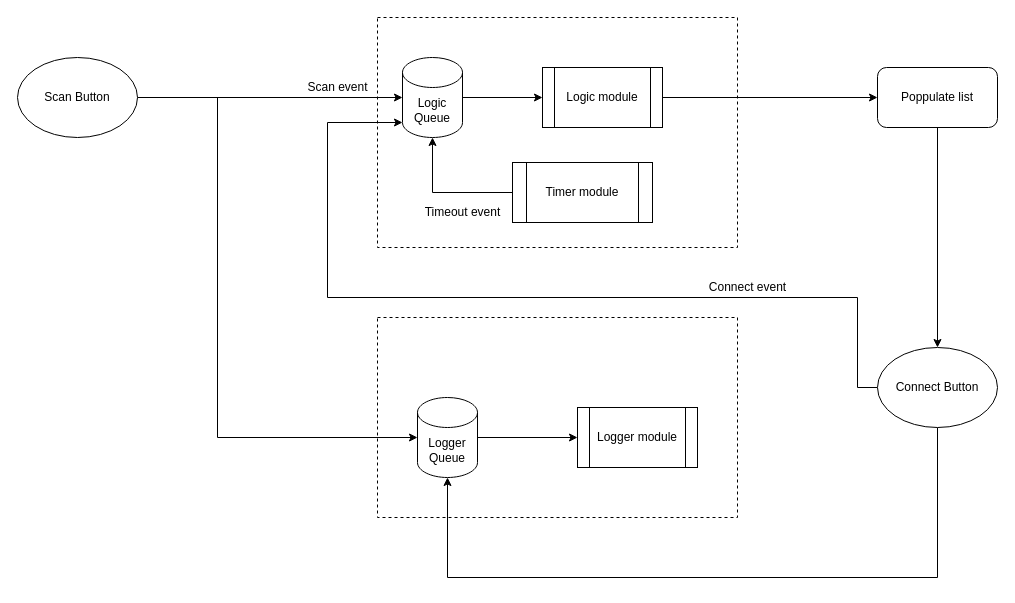
This is ConnectTab.drawio from arjun1299/PancreasGUI, a draw.io file, before an edit. Source tidied: cells renumbered, new cells numbered last; positions are measured from the earlier drawing's top-left corner, leaving out a move shared by most shapes. Both pictures are drawn from the tidied source at 100%, with x=0, y=0 at pixel (17, 17).
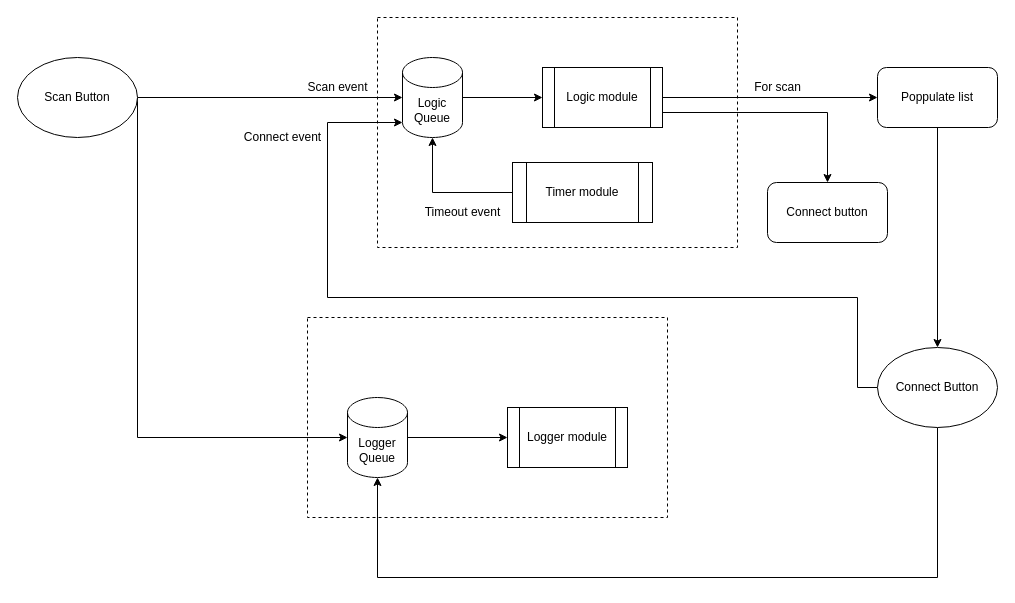
The same diagram, later.

Unchanged cells that the change refers to:
```xml
<mxCell id="12" value="&lt;div&gt;Logic module&lt;/div&gt;" style="shape=process;whiteSpace=wrap;html=1;backgroundOutline=1;" parent="1" vertex="1">
  <mxGeometry x="525" y="50" width="120" height="60" as="geometry" />
</mxCell>
<mxCell id="16" value="Scan Button" style="ellipse;whiteSpace=wrap;html=1;" parent="1" vertex="1">
  <mxGeometry y="40" width="120" height="80" as="geometry" />
</mxCell>
<mxCell id="19" value="Connect Button" style="ellipse;whiteSpace=wrap;html=1;" parent="1" vertex="1">
  <mxGeometry x="860" y="330" width="120" height="80" as="geometry" />
</mxCell>
```

Change to the diagram source:
```diff
@@
     <mxCell id="2" style="verticalLabelPosition=bottom;verticalAlign=top;html=1;shape=mxgraph.basic.rect;fillColor2=none;strokeWidth=1;size=20;indent=5;dashed=1;" parent="1" vertex="1">
-      <mxGeometry x="360" y="300" width="360" height="200" as="geometry" />
+      <mxGeometry x="290" y="300" width="360" height="200" as="geometry" />
     </mxCell>
     <mxCell id="3" value="Logger module" style="shape=process;whiteSpace=wrap;html=1;backgroundOutline=1;" parent="1" vertex="1">
-      <mxGeometry x="560" y="390" width="120" height="60" as="geometry" />
+      <mxGeometry x="490" y="390" width="120" height="60" as="geometry" />
     </mxCell>
@@
     <mxCell id="5" value="Logger Queue" style="shape=cylinder3;whiteSpace=wrap;html=1;boundedLbl=1;backgroundOutline=1;size=15;" parent="1" vertex="1">
-      <mxGeometry x="400" y="380" width="60" height="80" as="geometry" />
+      <mxGeometry x="330" y="380" width="60" height="80" as="geometry" />
     </mxCell>
@@
+    <mxCell id="24" style="edgeStyle=orthogonalEdgeStyle;rounded=0;jettySize=auto;html=1;exitX=1;exitY=0.75;exitDx=0;exitDy=0;entryX=0.5;entryY=0;entryDx=0;entryDy=0;" parent="1" edge="1" source="12" target="26">
+      <mxGeometry relative="1" as="geometry" />
+    </mxCell>
@@
     <mxCell id="15" style="edgeStyle=orthogonalEdgeStyle;rounded=0;jettySize=auto;html=1;exitX=1;exitY=0.5;exitDx=0;exitDy=0;entryX=0;entryY=0.5;entryDx=0;entryDy=0;entryPerimeter=0;" parent="1" edge="1" source="16" target="5">
       <mxGeometry relative="1" as="geometry">
         <Array as="points">
-          <mxPoint x="200" y="80" />
-          <mxPoint x="200" y="420" />
+          <mxPoint x="120" y="420" />
         </Array>
       </mxGeometry>
     </mxCell>
@@
     <mxCell id="18" style="edgeStyle=orthogonalEdgeStyle;rounded=0;jettySize=auto;html=1;exitX=0.5;exitY=1;exitDx=0;exitDy=0;entryX=0.5;entryY=1;entryDx=0;entryDy=0;entryPerimeter=0;" parent="1" edge="1" source="19" target="5">
       <mxGeometry relative="1" as="geometry">
         <Array as="points">
           <mxPoint x="920" y="560" />
-          <mxPoint x="430" y="560" />
+          <mxPoint x="360" y="560" />
         </Array>
       </mxGeometry>
     </mxCell>
@@
     <mxCell id="22" value="Connect event" style="text;html=1;align=center;verticalAlign=middle;" parent="1" vertex="1">
-      <mxGeometry x="685" y="260" width="90" height="20" as="geometry" />
+      <mxGeometry x="220" y="110" width="90" height="20" as="geometry" />
     </mxCell>
@@
+    <mxCell id="25" value="For scan" style="text;html=1;align=center;verticalAlign=middle;" parent="1" vertex="1">
+      <mxGeometry x="730" y="60" width="60" height="20" as="geometry" />
+    </mxCell>
+    <mxCell id="26" value="Connect button" style="rounded=1;whiteSpace=wrap;html=1;" parent="1" vertex="1">
+      <mxGeometry x="750" y="165" width="120" height="60" as="geometry" />
+    </mxCell>
```
